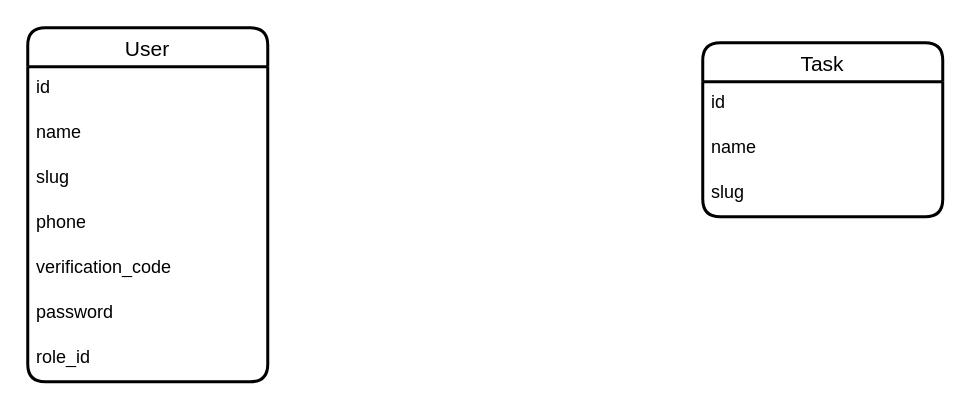
Earlier version of the draw.io diagram karsoft-worker.drawio (iztileuoff/databases). Source tidied: cells renumbered, new cells numbered last; positions are measured from the earlier drawing's top-left corner, leaving out a move shared by most shapes. Both pictures are drawn from the tidied source at 150%, with x=0, y=0 at pixel (27, 27).
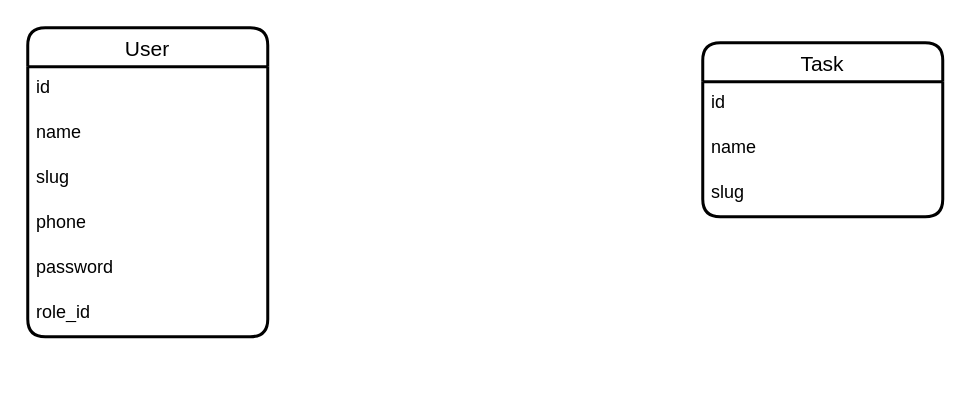
Above is the later version.

Diff of the diagram source:
```diff
@@
 <mxGraphModel>
   <root>
     <mxCell id="0" />
     <mxCell id="1" parent="0" />
     <mxCell id="2" value="User" style="swimlane;fontStyle=0;horizontal=1;startSize=26;align=center;fontSize=14;strokeWidth=2;rounded=1;shadow=0;glass=0;swimlaneLine=1;" parent="1" vertex="1">
-      <mxGeometry width="160" height="236" as="geometry" />
+      <mxGeometry width="160" height="206" as="geometry" />
     </mxCell>
     <mxCell id="3" value="id" style="text;strokeColor=none;fillColor=none;spacingLeft=4;spacingRight=4;overflow=hidden;fontSize=12;whiteSpace=wrap;html=1;" parent="2" vertex="1">
       <mxGeometry y="26" width="160" height="30" as="geometry" />
     </mxCell>
     <mxCell id="4" value="name" style="text;strokeColor=none;fillColor=none;spacingLeft=4;spacingRight=4;overflow=hidden;fontSize=12;whiteSpace=wrap;html=1;" parent="2" vertex="1">
       <mxGeometry y="56" width="160" height="30" as="geometry" />
     </mxCell>
     <mxCell id="5" value="slug" style="text;strokeColor=none;fillColor=none;spacingLeft=4;spacingRight=4;overflow=hidden;fontSize=12;whiteSpace=wrap;html=1;" parent="2" vertex="1">
       <mxGeometry y="86" width="160" height="30" as="geometry" />
     </mxCell>
     <mxCell id="6" value="phone" style="text;strokeColor=none;fillColor=none;spacingLeft=4;spacingRight=4;overflow=hidden;fontSize=12;whiteSpace=wrap;html=1;" parent="2" vertex="1">
       <mxGeometry y="116" width="160" height="30" as="geometry" />
     </mxCell>
-    <mxCell id="7" value="verification_code" style="text;strokeColor=none;fillColor=none;spacingLeft=4;spacingRight=4;overflow=hidden;fontSize=12;whiteSpace=wrap;html=1;" parent="2" vertex="1">
-      <mxGeometry y="146" width="160" height="30" as="geometry" />
-    </mxCell>
     <mxCell id="8" value="password" style="text;strokeColor=none;fillColor=none;spacingLeft=4;spacingRight=4;overflow=hidden;fontSize=12;whiteSpace=wrap;html=1;" parent="2" vertex="1">
-      <mxGeometry y="176" width="160" height="30" as="geometry" />
+      <mxGeometry y="146" width="160" height="30" as="geometry" />
     </mxCell>
     <mxCell id="9" value="role_id" style="text;strokeColor=none;fillColor=none;spacingLeft=4;spacingRight=4;overflow=hidden;fontSize=12;whiteSpace=wrap;html=1;" parent="2" vertex="1">
-      <mxGeometry y="206" width="160" height="30" as="geometry" />
+      <mxGeometry y="176" width="160" height="30" as="geometry" />
     </mxCell>
     <mxCell id="10" value="Task" style="swimlane;fontStyle=0;horizontal=1;startSize=26;align=center;fontSize=14;strokeWidth=2;rounded=1;shadow=0;glass=0;swimlaneLine=1;" parent="1" vertex="1">
       <mxGeometry x="450" y="10" width="160" height="116" as="geometry" />
     </mxCell>
     <mxCell id="11" value="id" style="text;strokeColor=none;fillColor=none;spacingLeft=4;spacingRight=4;overflow=hidden;fontSize=12;whiteSpace=wrap;html=1;" parent="10" vertex="1">
       <mxGeometry y="26" width="160" height="30" as="geometry" />
     </mxCell>
     <mxCell id="12" value="name" style="text;strokeColor=none;fillColor=none;spacingLeft=4;spacingRight=4;overflow=hidden;fontSize=12;whiteSpace=wrap;html=1;" parent="10" vertex="1">
       <mxGeometry y="56" width="160" height="30" as="geometry" />
     </mxCell>
     <mxCell id="13" value="slug" style="text;strokeColor=none;fillColor=none;spacingLeft=4;spacingRight=4;overflow=hidden;fontSize=12;whiteSpace=wrap;html=1;" parent="10" vertex="1">
       <mxGeometry y="86" width="160" height="30" as="geometry" />
     </mxCell>
   </root>
 </mxGraphModel>
```
